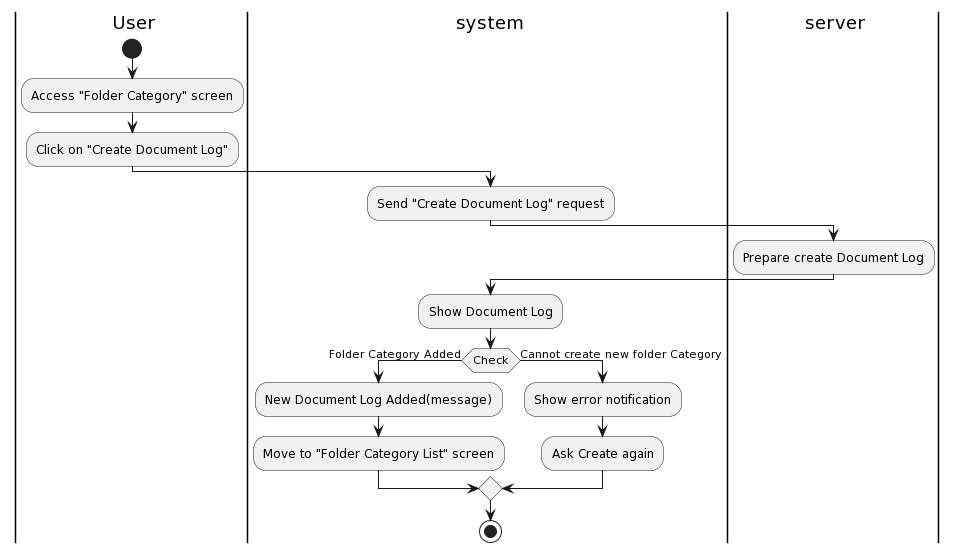
Above: Lab1/Lab1.2/Activity Diagram/DocumentLog/CreateDocumentLog/CreateDocumentLog.png in khoapham1003/SE357-Pratice-class (PlantUML), before the change. Source of this version:
```plantuml
@startuml
|a| User
|sys| system
|ser| server
|a|
start
:Access "Folder Category" screen;
:Click on "Create Document Log";
|sys|
:Send "Create Document Log" request;
|ser|
:Prepare create Document Log;
|sys|
:Show Document Log;
|sys|
if(Check) then (Folder Category Added)
:New Document Log Added(message);
:Move to "Folder Category List" screen;
else (Cannot create new folder Category)
:Show error notification;
:Ask Create again;
endif

stop
@enduml
```
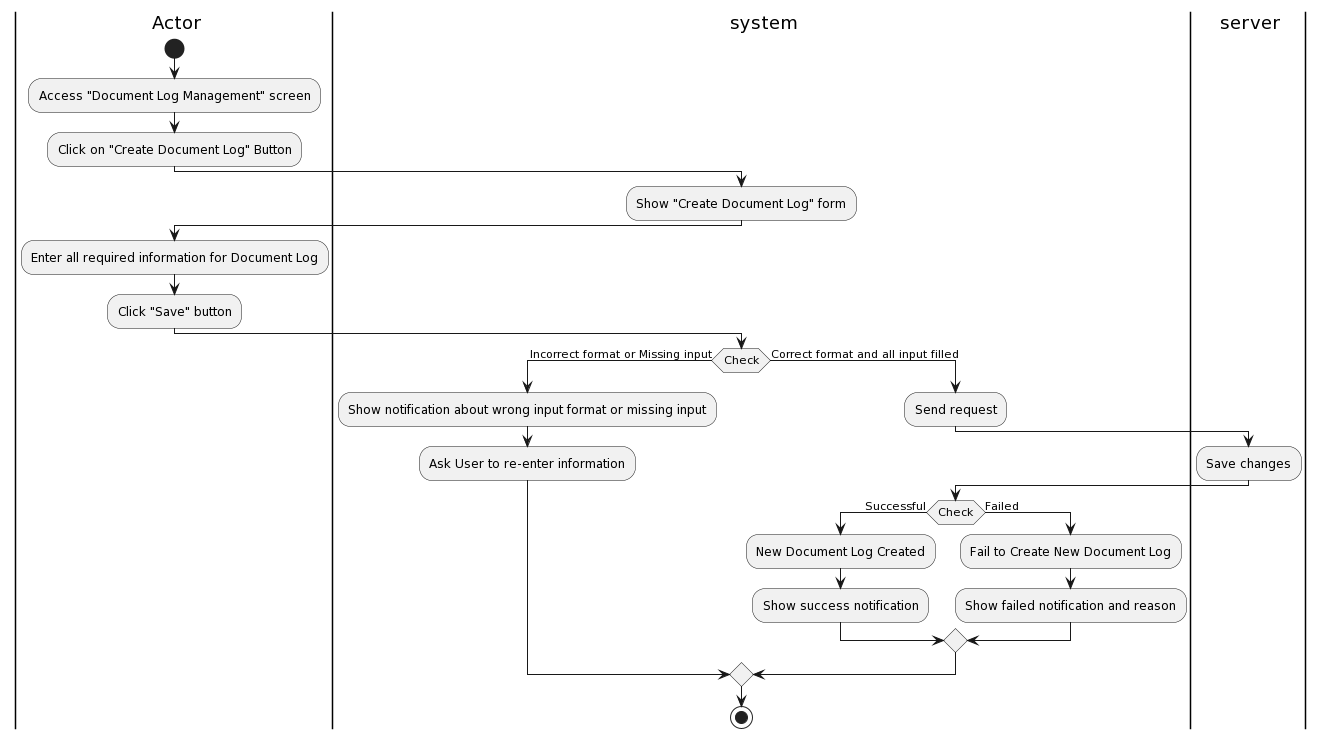
After the commit.

Change to the diagram source:
```diff
@@ -1,24 +1,32 @@
 @startuml
-|a| User
+|a| Actor
 |sys| system
 |ser| server
 |a|
 start
-:Access "Folder Category" screen;
-:Click on "Create Document Log";
+:Access "Document Log Management" screen;
+:Click on "Create Document Log" Button;
 |sys|
-:Send "Create Document Log" request;
+:Show "Create Document Log" form;
+|a|
+:Enter all required information for Document Log;
+:Click "Save" button;
+|sys|
+if(Check) then (Incorrect format or Missing input)
+:Show notification about wrong input format or missing input;
+:Ask User to re-enter information;
+else (Correct format and all input filled)
+:Send request;
 |ser|
-:Prepare create Document Log;
+:Save changes;
 |sys|
-:Show Document Log;
-|sys|
-if(Check) then (Folder Category Added)
-:New Document Log Added(message);
-:Move to "Folder Category List" screen;
-else (Cannot create new folder Category)
-:Show error notification;
-:Ask Create again;
+if(Check) then (Successful)
+:New Document Log Created;
+:Show success notification;
+else (Failed)
+:Fail to Create New Document Log;
+:Show failed notification and reason;
+endif
 endif
 
 stop
```
